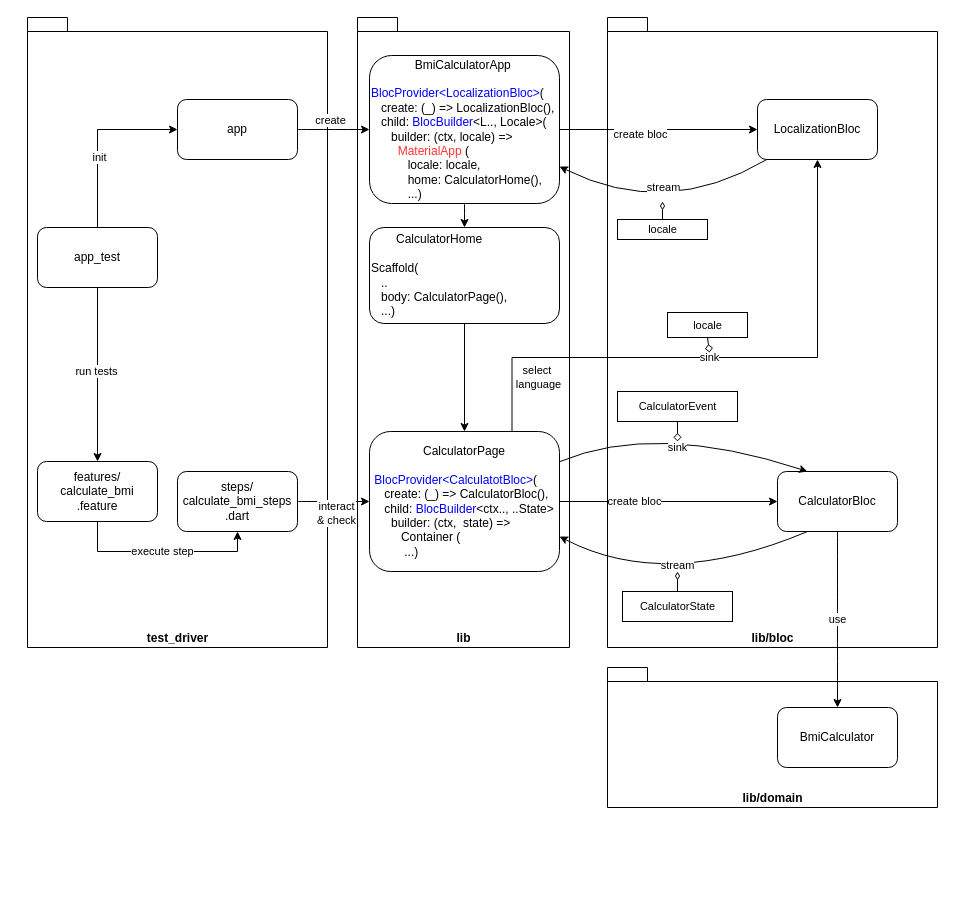
Before: diagrams/calculator-app-gherkin-test.drawio in nikkijuk/bmi-calculator-app, a draw.io diagram. Source tidied: cells renumbered, new cells numbered last; positions are measured from the earlier drawing's top-left corner, leaving out a move shared by most shapes. Both pictures are drawn from the tidied source at 100%, with x=0, y=0 at pixel (27, 17).
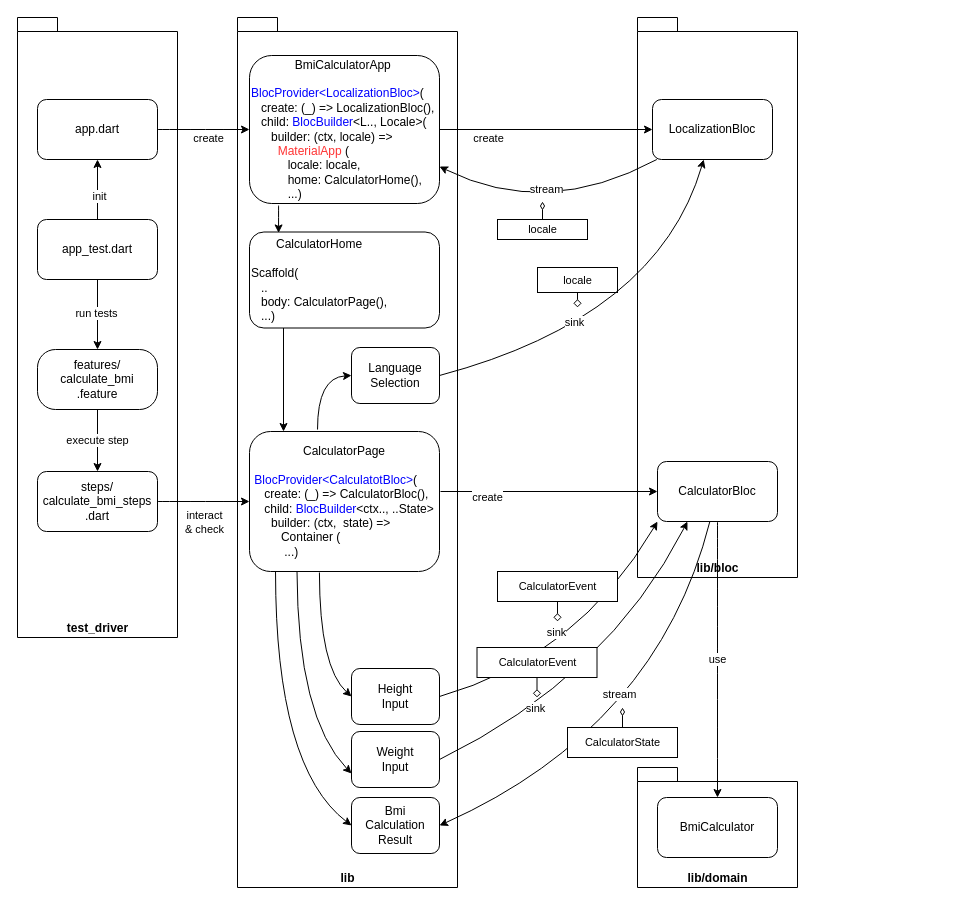
The same diagram, later.

Commit message (it also covers changes not shown here):
diagrams are geeks best friends :D

Unchanged cells that the change refers to:
```xml
<mxCell id="22" style="curved=1;endArrow=classic;html=1;exitX=1;exitY=0.5;exitDx=0;exitDy=0;entryX=0;entryY=0.5;entryDx=0;entryDy=0;" parent="1" edge="1" source="21" target="26">
  <mxGeometry relative="1" as="geometry" />
</mxCell>
<mxCell id="24" style="edgeStyle=orthogonalEdgeStyle;rounded=0;jettySize=auto;html=1;exitX=1;exitY=0.5;exitDx=0;exitDy=0;entryX=0;entryY=0.5;entryDx=0;entryDy=0;" parent="1" edge="1" source="26" target="38">
  <mxGeometry relative="1" as="geometry" />
</mxCell>
<mxCell id="28" style="curved=1;endArrow=classic;html=1;exitX=1;exitY=0.5;exitDx=0;exitDy=0;entryX=0;entryY=0.5;entryDx=0;entryDy=0;" parent="1" edge="1" source="37" target="8">
  <mxGeometry relative="1" as="geometry" />
</mxCell>
```

The edit, as a diff of the source:
```diff
@@
     <mxCell id="2" value="lib" style="shape=folder;fontStyle=1;spacingTop=10;tabWidth=40;tabHeight=14;tabPosition=left;html=1;verticalAlign=bottom;" parent="1" vertex="1">
-      <mxGeometry x="330" width="212" height="630" as="geometry" />
+      <mxGeometry x="210" width="220" height="870" as="geometry" />
     </mxCell>
     <mxCell id="3" value="lib/bloc" style="shape=folder;fontStyle=1;spacingTop=10;tabWidth=40;tabHeight=14;tabPosition=left;html=1;verticalAlign=bottom;" parent="1" vertex="1">
-      <mxGeometry x="580" width="330" height="630" as="geometry" />
+      <mxGeometry x="610" width="160" height="560" as="geometry" />
     </mxCell>
     <mxCell id="4" value="lib/domain" style="shape=folder;fontStyle=1;spacingTop=10;tabWidth=40;tabHeight=14;tabPosition=left;html=1;verticalAlign=bottom;" parent="1" vertex="1">
-      <mxGeometry x="580" y="650" width="330" height="140" as="geometry" />
+      <mxGeometry x="610" y="750" width="160" height="120" as="geometry" />
     </mxCell>
-    <mxCell id="5" value="create bloc" style="edgeStyle=orthogonalEdgeStyle;rounded=0;jettySize=auto;html=1;exitX=1;exitY=0.5;exitDx=0;exitDy=0;" parent="1" edge="1" source="8" target="9">
-      <mxGeometry x="-0.31" relative="1" as="geometry" />
+    <mxCell id="5" value="create" style="edgeStyle=orthogonalEdgeStyle;rounded=0;jettySize=auto;html=1;entryX=0;entryY=0.5;entryDx=0;entryDy=0;" parent="1" edge="1" target="9">
+      <mxGeometry x="-0.57" y="-6" relative="1" as="geometry">
+        <mxPoint x="413" y="474" as="sourcePoint" />
+        <Array as="points">
+          <mxPoint x="460" y="474" />
+          <mxPoint x="460" y="474" />
+        </Array>
+      </mxGeometry>
     </mxCell>
-    <mxCell id="6" value="sink" style="edgeStyle=orthogonalEdgeStyle;rounded=0;jettySize=auto;html=1;exitX=0.75;exitY=0;exitDx=0;exitDy=0;" parent="1" edge="1" source="8" target="38">
-      <mxGeometry x="-0.06" relative="1" as="geometry">
-        <Array as="points">
-          <mxPoint x="485" y="340" />
-          <mxPoint x="790" y="340" />
-        </Array>
-      </mxGeometry>
-    </mxCell>
-    <mxCell id="7" value="select&amp;nbsp;&lt;br&gt;language" style="edgeLabel;html=1;align=center;verticalAlign=middle;" parent="6" vertex="1">
-      <mxGeometry x="-0.81" y="-2" relative="1" as="geometry">
-        <mxPoint x="23.5" as="offset" />
-      </mxGeometry>
-    </mxCell>
     <mxCell id="8" value="&lt;div&gt;&lt;span&gt;CalculatorPage&lt;/span&gt;&lt;/div&gt;&lt;div style=&quot;text-align: left&quot;&gt;&lt;br&gt;&lt;/div&gt;&lt;div style=&quot;text-align: left&quot;&gt;&lt;font color=&quot;#0000ff&quot;&gt;BlocProvider&amp;lt;CalculatotBloc&amp;gt;&lt;/font&gt;(&lt;/div&gt;&lt;div style=&quot;text-align: left&quot;&gt;&amp;nbsp; &amp;nbsp;create: (_) =&amp;gt; CalculatorBloc(),&lt;br&gt;&lt;/div&gt;&lt;div style=&quot;text-align: left&quot;&gt;&lt;span&gt;&amp;nbsp; &amp;nbsp;child:&amp;nbsp;&lt;/span&gt;&lt;font color=&quot;#0000ff&quot;&gt;BlocBuilder&lt;/font&gt;&amp;lt;ctx.., ..State&amp;gt;&lt;/div&gt;&lt;div style=&quot;text-align: left&quot;&gt;&amp;nbsp; &amp;nbsp; &amp;nbsp;builder: (ctx,&amp;nbsp; state) =&amp;gt;&lt;/div&gt;&lt;div style=&quot;text-align: left&quot;&gt;&amp;nbsp; &amp;nbsp; &amp;nbsp; &amp;nbsp; Container (&lt;/div&gt;&lt;div style=&quot;text-align: left&quot;&gt;&lt;span&gt;&amp;nbsp; &amp;nbsp; &amp;nbsp; &amp;nbsp; &amp;nbsp;...)&lt;/span&gt;&lt;br&gt;&lt;/div&gt;" style="rounded=1;whiteSpace=wrap;html=1;" parent="1" vertex="1">
-      <mxGeometry x="342" y="414" width="190" height="140" as="geometry" />
+      <mxGeometry x="222" y="414" width="190" height="140" as="geometry" />
     </mxCell>
     <mxCell id="9" value="CalculatorBloc" style="rounded=1;whiteSpace=wrap;html=1;" parent="1" vertex="1">
-      <mxGeometry x="750" y="454" width="120" height="60" as="geometry" />
+      <mxGeometry x="630" y="444" width="120" height="60" as="geometry" />
     </mxCell>
-    <mxCell id="10" style="curved=1;endArrow=classic;html=1;entryX=0.25;entryY=0;entryDx=0;entryDy=0;" parent="1" edge="1" source="8" target="9">
+    <mxCell id="10" style="curved=1;endArrow=classic;html=1;entryX=0;entryY=1;entryDx=0;entryDy=0;exitX=1;exitY=0.5;exitDx=0;exitDy=0;" parent="1" edge="1" source="48" target="9">
       <mxGeometry relative="1" as="geometry">
         <Array as="points">
-          <mxPoint x="628" y="404" />
+          <mxPoint x="550" y="640" />
         </Array>
       </mxGeometry>
     </mxCell>
     <mxCell id="11" value="sink" style="edgeLabel;html=1;align=center;verticalAlign=middle;" parent="10" vertex="1">
       <mxGeometry x="-0.12" y="-19" relative="1" as="geometry">
-        <mxPoint x="16.6" y="4.2" as="offset" />
+        <mxPoint x="-17.1" y="-46.7" as="offset" />
       </mxGeometry>
     </mxCell>
-    <mxCell id="12" style="curved=1;endArrow=classic;html=1;exitX=0.25;exitY=1;exitDx=0;exitDy=0;entryX=1;entryY=0.75;entryDx=0;entryDy=0;" parent="1" edge="1" source="9" target="8">
+    <mxCell id="12" style="curved=1;endArrow=classic;html=1;entryX=1;entryY=0.5;entryDx=0;entryDy=0;" parent="1" edge="1" source="9" target="50">
       <mxGeometry relative="1" as="geometry">
         <Array as="points">
-          <mxPoint x="638" y="574" />
+          <mxPoint x="630" y="710" />
         </Array>
       </mxGeometry>
     </mxCell>
     <mxCell id="13" value="stream" style="edgeLabel;html=1;align=center;verticalAlign=middle;" parent="12" vertex="1">
       <mxGeometry x="0.07" y="-25" relative="1" as="geometry">
-        <mxPoint x="14.2" as="offset" />
+        <mxPoint x="-1.4" y="-22.7" as="offset" />
       </mxGeometry>
     </mxCell>
     <mxCell id="14" value="BmiCalculator" style="rounded=1;whiteSpace=wrap;html=1;" parent="1" vertex="1">
-      <mxGeometry x="750" y="690" width="120" height="60" as="geometry" />
+      <mxGeometry x="630" y="780" width="120" height="60" as="geometry" />
     </mxCell>
@@
     <mxCell id="16" value="&lt;span style=&quot;font-size: 11px ; background-color: rgb(255 , 255 , 255)&quot;&gt;CalculatorEvent&lt;/span&gt;" style="html=1;" parent="1" vertex="1">
-      <mxGeometry x="590" y="374" width="120" height="30" as="geometry" />
+      <mxGeometry x="470" y="554" width="120" height="30" as="geometry" />
     </mxCell>
     <mxCell id="17" value="&lt;span style=&quot;font-size: 11px ; background-color: rgb(255 , 255 , 255)&quot;&gt;CalculatorState&lt;/span&gt;" style="html=1;" parent="1" vertex="1">
-      <mxGeometry x="595" y="574" width="110" height="30" as="geometry" />
+      <mxGeometry x="540" y="710" width="110" height="30" as="geometry" />
     </mxCell>
     <mxCell id="18" style="endArrow=none;endFill=0;endSize=12;html=1;entryX=0.5;entryY=1;entryDx=0;entryDy=0;startArrow=diamond;startFill=0;" parent="1" edge="1" target="16">
       <mxGeometry relative="1" as="geometry">
-        <mxPoint x="650" y="424" as="sourcePoint" />
+        <mxPoint x="530" y="604" as="sourcePoint" />
       </mxGeometry>
     </mxCell>
     <mxCell id="19" style="endArrow=none;endFill=0;endSize=12;html=1;entryX=0.5;entryY=0;entryDx=0;entryDy=0;startArrow=diamondThin;startFill=0;" parent="1" edge="1" target="17">
       <mxGeometry relative="1" as="geometry">
-        <mxPoint x="650" y="554" as="sourcePoint" />
+        <mxPoint x="595" y="690" as="sourcePoint" />
       </mxGeometry>
     </mxCell>
     <mxCell id="20" value="test_driver" style="shape=folder;fontStyle=1;spacingTop=10;tabWidth=40;tabHeight=14;tabPosition=left;html=1;verticalAlign=bottom;" parent="1" vertex="1">
-      <mxGeometry width="300" height="630" as="geometry" />
+      <mxGeometry x="-10" width="160" height="620" as="geometry" />
     </mxCell>
-    <mxCell id="21" value="app" style="rounded=1;whiteSpace=wrap;html=1;" parent="1" vertex="1">
-      <mxGeometry x="150" y="82" width="120" height="60" as="geometry" />
+    <mxCell id="21" value="app.dart" style="rounded=1;whiteSpace=wrap;html=1;" parent="1" vertex="1">
+      <mxGeometry x="10" y="82" width="120" height="60" as="geometry" />
     </mxCell>
@@
     <mxCell id="23" value="create" style="edgeLabel;html=1;align=center;verticalAlign=middle;" parent="22" vertex="1">
       <mxGeometry x="-0.12" y="-19" relative="1" as="geometry">
-        <mxPoint y="-29" as="offset" />
+        <mxPoint x="10" y="-11" as="offset" />
       </mxGeometry>
     </mxCell>
@@
-    <mxCell id="25" value="create bloc" style="edgeLabel;html=1;align=center;verticalAlign=middle;" parent="24" vertex="1">
-      <mxGeometry x="-0.19" y="-4" relative="1" as="geometry" />
+    <mxCell id="25" value="create" style="edgeLabel;html=1;align=center;verticalAlign=middle;" parent="24" vertex="1">
+      <mxGeometry x="-0.19" y="-4" relative="1" as="geometry">
+        <mxPoint x="-38" y="4" as="offset" />
+      </mxGeometry>
     </mxCell>
     <mxCell id="26" value="&lt;div style=&quot;text-align: center&quot;&gt;BmiCalculatorApp&lt;/div&gt;&lt;div&gt;&lt;br&gt;&lt;font color=&quot;#0000ff&quot;&gt;BlocProvider&amp;lt;LocalizationBloc&amp;gt;&lt;/font&gt;(&lt;/div&gt;&lt;div&gt;&amp;nbsp; &amp;nbsp;create: (_) =&amp;gt; LocalizationBloc(),&lt;br&gt;&amp;nbsp; &amp;nbsp;child:&amp;nbsp;&lt;font color=&quot;#0000ff&quot;&gt;BlocBuilder&lt;/font&gt;&amp;lt;L.., Locale&amp;gt;(&lt;/div&gt;&lt;div&gt;&amp;nbsp; &amp;nbsp; &amp;nbsp; builder: (ctx, locale) =&amp;gt;&lt;/div&gt;&lt;div&gt;&amp;nbsp; &amp;nbsp; &amp;nbsp; &amp;nbsp; &lt;font color=&quot;#ff3333&quot;&gt;MaterialApp&lt;/font&gt; (&lt;/div&gt;&lt;div&gt;&amp;nbsp; &amp;nbsp; &amp;nbsp; &amp;nbsp; &amp;nbsp; &amp;nbsp;locale: locale,&lt;/div&gt;&lt;div&gt;&amp;nbsp; &amp;nbsp; &amp;nbsp; &amp;nbsp; &amp;nbsp; &amp;nbsp;home: CalculatorHome(),&lt;/div&gt;&lt;div&gt;&amp;nbsp; &amp;nbsp; &amp;nbsp; &amp;nbsp; &amp;nbsp; &amp;nbsp;...)&lt;/div&gt;" style="rounded=1;whiteSpace=wrap;html=1;align=left;" parent="1" vertex="1">
-      <mxGeometry x="342" y="38" width="190" height="148" as="geometry" />
+      <mxGeometry x="222" y="38" width="190" height="148" as="geometry" />
     </mxCell>
-    <mxCell id="27" style="curved=1;endArrow=classic;html=1;" parent="1" edge="1" source="26" target="46">
+    <mxCell id="27" style="curved=1;endArrow=classic;html=1;exitX=0.153;exitY=1.014;exitDx=0;exitDy=0;exitPerimeter=0;entryX=0.153;entryY=0.01;entryDx=0;entryDy=0;entryPerimeter=0;" parent="1" edge="1" source="26" target="46">
       <mxGeometry relative="1" as="geometry" />
     </mxCell>
@@
     <mxCell id="29" value="interact &lt;br&gt;&lt;div style=&quot;text-align: left&quot;&gt;&amp;amp; check&lt;/div&gt;" style="edgeLabel;html=1;align=center;verticalAlign=middle;" parent="28" vertex="1">
       <mxGeometry x="-0.12" y="-19" relative="1" as="geometry">
-        <mxPoint x="6.8" y="-7.8" as="offset" />
+        <mxPoint x="6.8" y="1" as="offset" />
       </mxGeometry>
     </mxCell>
-    <mxCell id="30" style="edgeStyle=orthogonalEdgeStyle;rounded=0;jettySize=auto;html=1;exitX=0.5;exitY=0;exitDx=0;exitDy=0;entryX=0;entryY=0.5;entryDx=0;entryDy=0;" parent="1" edge="1" source="34" target="21">
+    <mxCell id="30" style="edgeStyle=orthogonalEdgeStyle;rounded=0;jettySize=auto;html=1;exitX=0.5;exitY=0;exitDx=0;exitDy=0;entryX=0.5;entryY=1;entryDx=0;entryDy=0;" parent="1" edge="1" source="34" target="21">
       <mxGeometry relative="1" as="geometry" />
     </mxCell>
@@
-    <mxCell id="34" value="app_test" style="rounded=1;whiteSpace=wrap;html=1;" parent="1" vertex="1">
-      <mxGeometry x="10" y="210" width="120" height="60" as="geometry" />
+    <mxCell id="34" value="app_test.dart" style="rounded=1;whiteSpace=wrap;html=1;" parent="1" vertex="1">
+      <mxGeometry x="10" y="202" width="120" height="60" as="geometry" />
     </mxCell>
-    <mxCell id="35" value="execute step" style="edgeStyle=orthogonalEdgeStyle;rounded=0;jettySize=auto;html=1;exitX=0.5;exitY=1;exitDx=0;exitDy=0;entryX=0.5;entryY=1;entryDx=0;entryDy=0;" parent="1" edge="1" source="36" target="37">
+    <mxCell id="35" value="execute step" style="edgeStyle=orthogonalEdgeStyle;rounded=0;jettySize=auto;html=1;exitX=0.5;exitY=1;exitDx=0;exitDy=0;entryX=0.5;entryY=0;entryDx=0;entryDy=0;" parent="1" edge="1" source="36" target="37">
       <mxGeometry relative="1" as="geometry" />
     </mxCell>
-    <mxCell id="36" value="features/&lt;br&gt;calculate_bmi&lt;br&gt;.feature" style="rounded=1;whiteSpace=wrap;html=1;" parent="1" vertex="1">
-      <mxGeometry x="10" y="444" width="120" height="60" as="geometry" />
+    <mxCell id="36" value="features/&lt;br&gt;calculate_bmi&lt;br&gt;.feature" style="rounded=1;whiteSpace=wrap;html=1;arcSize=30;" parent="1" vertex="1">
+      <mxGeometry x="10" y="332" width="120" height="60" as="geometry" />
     </mxCell>
     <mxCell id="37" value="steps/&lt;br&gt;calculate_bmi_steps&lt;br&gt;.dart" style="rounded=1;whiteSpace=wrap;html=1;" parent="1" vertex="1">
-      <mxGeometry x="150" y="454" width="120" height="60" as="geometry" />
+      <mxGeometry x="10" y="454" width="120" height="60" as="geometry" />
     </mxCell>
     <mxCell id="38" value="LocalizationBloc" style="rounded=1;whiteSpace=wrap;html=1;" parent="1" vertex="1">
-      <mxGeometry x="730" y="82" width="120" height="60" as="geometry" />
+      <mxGeometry x="625" y="82" width="120" height="60" as="geometry" />
     </mxCell>
     <mxCell id="39" style="curved=1;endArrow=classic;html=1;entryX=1;entryY=0.75;entryDx=0;entryDy=0;" parent="1" edge="1" source="38" target="26">
       <mxGeometry relative="1" as="geometry">
         <Array as="points">
-          <mxPoint x="638" y="202" />
+          <mxPoint x="518" y="202" />
         </Array>
       </mxGeometry>
     </mxCell>
@@
     <mxCell id="41" value="&lt;span style=&quot;font-size: 11px ; background-color: rgb(255 , 255 , 255)&quot;&gt;locale&lt;/span&gt;" style="html=1;" parent="1" vertex="1">
-      <mxGeometry x="590" y="202" width="90" height="20" as="geometry" />
+      <mxGeometry x="470" y="202" width="90" height="20" as="geometry" />
     </mxCell>
     <mxCell id="42" style="endArrow=none;endFill=0;endSize=12;html=1;entryX=0.5;entryY=0;entryDx=0;entryDy=0;startArrow=diamondThin;startFill=0;" parent="1" edge="1" target="41">
       <mxGeometry relative="1" as="geometry">
-        <mxPoint x="635" y="184" as="sourcePoint" />
+        <mxPoint x="515" y="184" as="sourcePoint" />
       </mxGeometry>
     </mxCell>
     <mxCell id="43" value="&lt;span style=&quot;font-size: 11px ; background-color: rgb(255 , 255 , 255)&quot;&gt;locale&lt;/span&gt;" style="html=1;" parent="1" vertex="1">
-      <mxGeometry x="640" y="295" width="80" height="25" as="geometry" />
+      <mxGeometry x="510" y="250" width="80" height="25" as="geometry" />
     </mxCell>
     <mxCell id="44" style="endArrow=none;endFill=0;endSize=12;html=1;entryX=0.5;entryY=1;entryDx=0;entryDy=0;startArrow=diamond;startFill=0;" parent="1" edge="1" target="43">
       <mxGeometry relative="1" as="geometry">
-        <mxPoint x="682" y="335" as="sourcePoint" />
+        <mxPoint x="550" y="290" as="sourcePoint" />
       </mxGeometry>
     </mxCell>
-    <mxCell id="45" style="edgeStyle=orthogonalEdgeStyle;rounded=0;jettySize=auto;html=1;exitX=0.5;exitY=1;exitDx=0;exitDy=0;" parent="1" edge="1" source="46" target="8">
+    <mxCell id="45" style="edgeStyle=orthogonalEdgeStyle;rounded=0;jettySize=auto;html=1;exitX=0.179;exitY=0.99;exitDx=0;exitDy=0;exitPerimeter=0;entryX=0.179;entryY=0;entryDx=0;entryDy=0;entryPerimeter=0;" parent="1" edge="1" source="46" target="8">
       <mxGeometry relative="1" as="geometry" />
     </mxCell>
     <mxCell id="46" value="&lt;div style=&quot;text-align: center&quot;&gt;CalculatorHome&lt;/div&gt;&lt;div&gt;&lt;br&gt;Scaffold(&lt;/div&gt;&lt;div&gt;&amp;nbsp; &amp;nbsp;..&lt;/div&gt;&lt;div&gt;&amp;nbsp; &amp;nbsp;body: CalculatorPage(),&lt;br&gt;&lt;/div&gt;&lt;div&gt;&amp;nbsp; &amp;nbsp;...)&lt;/div&gt;" style="rounded=1;whiteSpace=wrap;html=1;align=left;" parent="1" vertex="1">
-      <mxGeometry x="342" y="210" width="190" height="96" as="geometry" />
+      <mxGeometry x="222" y="214.5" width="190" height="96" as="geometry" />
     </mxCell>
+    <mxCell id="47" value="&lt;div&gt;Language&lt;br&gt;Selection&lt;/div&gt;" style="rounded=1;whiteSpace=wrap;html=1;" parent="1" vertex="1">
+      <mxGeometry x="324" y="330" width="88" height="56" as="geometry" />
+    </mxCell>
+    <mxCell id="48" value="&lt;div&gt;Height&lt;br&gt;Input&lt;/div&gt;" style="rounded=1;whiteSpace=wrap;html=1;" parent="1" vertex="1">
+      <mxGeometry x="324" y="651" width="88" height="56" as="geometry" />
+    </mxCell>
+    <mxCell id="49" value="&lt;div&gt;Weight&lt;br&gt;Input&lt;/div&gt;" style="rounded=1;whiteSpace=wrap;html=1;" parent="1" vertex="1">
+      <mxGeometry x="324" y="714" width="88" height="56" as="geometry" />
+    </mxCell>
+    <mxCell id="50" value="Bmi&lt;br&gt;Calculation&lt;br&gt;Result" style="rounded=1;whiteSpace=wrap;html=1;" parent="1" vertex="1">
+      <mxGeometry x="324" y="780" width="88" height="56" as="geometry" />
+    </mxCell>
+    <mxCell id="51" style="curved=1;endArrow=classic;html=1;entryX=0;entryY=0.5;entryDx=0;entryDy=0;exitX=0.358;exitY=-0.014;exitDx=0;exitDy=0;exitPerimeter=0;" parent="1" edge="1" source="8" target="47">
+      <mxGeometry relative="1" as="geometry">
+        <Array as="points">
+          <mxPoint x="290" y="360" />
+        </Array>
+      </mxGeometry>
+    </mxCell>
+    <mxCell id="52" style="curved=1;endArrow=classic;html=1;entryX=0;entryY=0.5;entryDx=0;entryDy=0;exitX=0.368;exitY=1.007;exitDx=0;exitDy=0;exitPerimeter=0;" parent="1" edge="1" source="8" target="48">
+      <mxGeometry relative="1" as="geometry">
+        <Array as="points">
+          <mxPoint x="292" y="650" />
+        </Array>
+      </mxGeometry>
+    </mxCell>
+    <mxCell id="53" style="curved=1;endArrow=classic;html=1;entryX=0;entryY=0.75;entryDx=0;entryDy=0;exitX=0.25;exitY=1;exitDx=0;exitDy=0;" parent="1" edge="1" source="8" target="49">
+      <mxGeometry relative="1" as="geometry">
+        <Array as="points">
+          <mxPoint x="270" y="700" />
+        </Array>
+      </mxGeometry>
+    </mxCell>
+    <mxCell id="54" style="curved=1;endArrow=classic;html=1;entryX=0;entryY=0.5;entryDx=0;entryDy=0;exitX=0.137;exitY=1;exitDx=0;exitDy=0;exitPerimeter=0;" parent="1" edge="1" source="8" target="50">
+      <mxGeometry relative="1" as="geometry">
+        <Array as="points">
+          <mxPoint x="248" y="750" />
+        </Array>
+      </mxGeometry>
+    </mxCell>
+    <mxCell id="55" style="curved=1;endArrow=classic;html=1;entryX=0.25;entryY=1;entryDx=0;entryDy=0;exitX=1;exitY=0.5;exitDx=0;exitDy=0;" parent="1" edge="1" source="49" target="9">
+      <mxGeometry relative="1" as="geometry">
+        <Array as="points">
+          <mxPoint x="580" y="660" />
+        </Array>
+      </mxGeometry>
+    </mxCell>
+    <mxCell id="56" value="sink" style="edgeLabel;html=1;align=center;verticalAlign=middle;" parent="55" vertex="1">
+      <mxGeometry x="-0.12" y="-19" relative="1" as="geometry">
+        <mxPoint x="-56.2" y="1.5" as="offset" />
+      </mxGeometry>
+    </mxCell>
+    <mxCell id="57" value="&lt;span style=&quot;font-size: 11px ; background-color: rgb(255 , 255 , 255)&quot;&gt;CalculatorEvent&lt;/span&gt;" style="html=1;" parent="1" vertex="1">
+      <mxGeometry x="449.5" y="630" width="120" height="30" as="geometry" />
+    </mxCell>
+    <mxCell id="58" style="endArrow=none;endFill=0;endSize=12;html=1;entryX=0.5;entryY=1;entryDx=0;entryDy=0;startArrow=diamond;startFill=0;" parent="1" edge="1" target="57">
+      <mxGeometry relative="1" as="geometry">
+        <mxPoint x="509.5" y="680" as="sourcePoint" />
+      </mxGeometry>
+    </mxCell>
+    <mxCell id="59" style="curved=1;endArrow=classic;html=1;exitX=1;exitY=0.5;exitDx=0;exitDy=0;" parent="1" edge="1" source="47" target="38">
+      <mxGeometry relative="1" as="geometry">
+        <Array as="points">
+          <mxPoint x="630" y="300" />
+        </Array>
+      </mxGeometry>
+    </mxCell>
+    <mxCell id="60" value="sink" style="edgeLabel;html=1;align=center;verticalAlign=middle;" parent="59" vertex="1">
+      <mxGeometry x="-0.39" y="13" relative="1" as="geometry">
+        <mxPoint x="22.7" y="-9.9" as="offset" />
+      </mxGeometry>
+    </mxCell>
```
